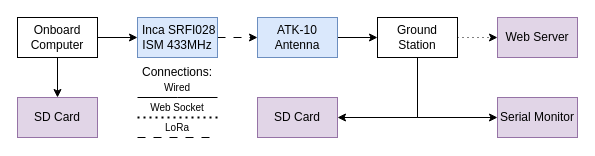
This is schematics/dataTransmits.drawio.xml from MikoZ321/resat, a draw.io file, before an edit. Source tidied: cells renumbered, new cells numbered last; positions are measured from the earlier drawing's top-left corner, leaving out a move shared by most shapes. Both pictures are drawn from the tidied source at 100%, with x=0, y=0 at pixel (17, 17).
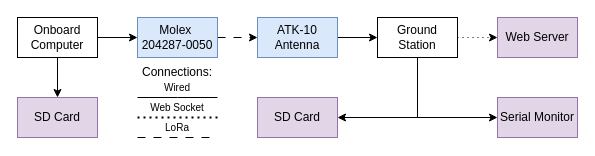
Above is the later version.

The edit, as a diff of the source:
```diff
@@
-    <mxCell id="7" value="&amp;nbsp;Inca SRFI028 ISM 433MHz" style="rounded=0;whiteSpace=wrap;html=1;fontSize=12;glass=0;strokeWidth=1;shadow=0;fillColor=#dae8fc;strokeColor=#6c8ebf;" parent="1" vertex="1">
+    <mxCell id="7" value="Molex&amp;nbsp;&lt;div&gt;204287-0050&lt;/div&gt;" style="rounded=0;whiteSpace=wrap;html=1;fontSize=12;glass=0;strokeWidth=1;shadow=0;fillColor=#dae8fc;strokeColor=#6c8ebf;" parent="1" vertex="1">
       <mxGeometry x="120" width="80" height="40" as="geometry" />
     </mxCell>
```
